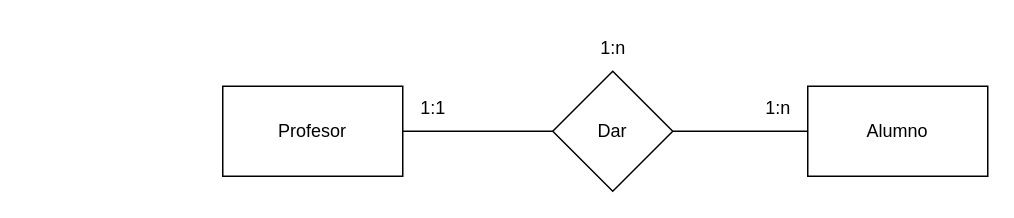
Earlier version of the draw.io diagram page "Ej1" (1 of 5) of Tareas/Tarea2/Ejercicio1.drawio (JuanManuelMM/Base-Datos). Source tidied: cells renumbered, new cells numbered last; positions are measured from the earlier drawing's top-left corner, leaving out a move shared by most shapes. Both pictures are drawn from the tidied source at 150%, with x=0, y=0 at pixel (222, 26).
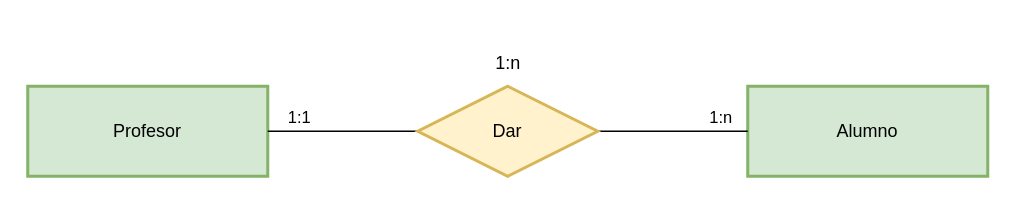
After the change.

What changed in the source:
```diff
@@
 <mxGraphModel>
   <root>
     <mxCell id="0" />
     <mxCell id="1" parent="0" />
-    <mxCell id="2" value="Profesor" style="rounded=0;whiteSpace=wrap;html=1;" parent="1" vertex="1">
-      <mxGeometry y="40" width="120" height="60" as="geometry" />
+    <mxCell id="2" value="Profesor" style="rounded=0;whiteSpace=wrap;html=1;fillColor=#d5e8d4;strokeColor=#82b366;strokeWidth=2;" parent="1" vertex="1">
+      <mxGeometry x="-130" y="40" width="160" height="60" as="geometry" />
     </mxCell>
-    <mxCell id="3" value="Alumno" style="rounded=0;whiteSpace=wrap;html=1;" parent="1" vertex="1">
-      <mxGeometry x="390" y="40" width="120" height="60" as="geometry" />
+    <mxCell id="3" value="Alumno" style="rounded=0;whiteSpace=wrap;html=1;fillColor=#d5e8d4;strokeColor=#82b366;strokeWidth=2;" parent="1" vertex="1">
+      <mxGeometry x="350" y="40" width="160" height="60" as="geometry" />
     </mxCell>
+    <mxCell id="5" style="endArrow=none;html=1;rounded=0;exitX=1;exitY=0.5;exitDx=0;exitDy=0;entryX=0;entryY=0.5;entryDx=0;entryDy=0;" parent="1" edge="1" source="2" target="4">
+      <mxGeometry relative="1" as="geometry" />
+    </mxCell>
+    <mxCell id="7" value="&lt;div&gt;1:1&lt;/div&gt;" style="edgeLabel;html=1;align=center;verticalAlign=middle;" parent="5" vertex="1">
+      <mxGeometry x="-0.12" y="2" relative="1" as="geometry">
+        <mxPoint x="-24" y="-8" as="offset" />
+      </mxGeometry>
+    </mxCell>
+    <mxCell id="10" style="endArrow=none;html=1;rounded=0;entryX=0;entryY=0.5;entryDx=0;entryDy=0;exitX=1;exitY=0.5;exitDx=0;exitDy=0;" parent="1" edge="1" source="4" target="3">
+      <mxGeometry relative="1" as="geometry" />
+    </mxCell>
+    <mxCell id="11" value="&lt;div&gt;1:n&lt;/div&gt;" style="edgeLabel;html=1;align=center;verticalAlign=middle;" parent="10" vertex="1">
+      <mxGeometry x="0.19" y="1" relative="1" as="geometry">
+        <mxPoint x="21" y="-9" as="offset" />
+      </mxGeometry>
+    </mxCell>
-    <mxCell id="4" value="Dar" style="rhombus;whiteSpace=wrap;html=1;" parent="1" vertex="1">
-      <mxGeometry x="220" y="30" width="80" height="80" as="geometry" />
+    <mxCell id="4" value="Dar" style="shape=rhombus;perimeter=rhombusPerimeter;whiteSpace=wrap;html=1;align=center;strokeWidth=2;fillColor=#fff2cc;strokeColor=#d6b656;" parent="1" vertex="1">
+      <mxGeometry x="130" y="40" width="120" height="60" as="geometry" />
     </mxCell>
-    <mxCell id="5" style="endArrow=none;html=1;rounded=0;entryX=0;entryY=0.5;entryDx=0;entryDy=0;exitX=1;exitY=0.5;exitDx=0;exitDy=0;" parent="1" edge="1" source="2" target="4">
-      <mxGeometry relative="1" as="geometry" />
-    </mxCell>
-    <mxCell id="6" style="endArrow=none;html=1;rounded=0;entryX=1;entryY=0.5;entryDx=0;entryDy=0;exitX=0;exitY=0.5;exitDx=0;exitDy=0;" parent="1" edge="1" source="3" target="4">
-      <mxGeometry relative="1" as="geometry" />
-    </mxCell>
-    <mxCell id="7" value="1:1" style="text;html=1;align=center;verticalAlign=middle;strokeColor=none;fillColor=none;" parent="1" vertex="1">
-      <mxGeometry x="120" y="40" width="40" height="30" as="geometry" />
-    </mxCell>
-    <mxCell id="8" value="1:n" style="text;html=1;align=center;verticalAlign=middle;strokeColor=none;fillColor=none;" parent="1" vertex="1">
-      <mxGeometry x="350" y="40" width="40" height="30" as="geometry" />
-    </mxCell>
-    <mxCell id="9" value="1:n" style="text;html=1;align=center;verticalAlign=middle;strokeColor=none;fillColor=none;" parent="1" vertex="1">
-      <mxGeometry x="240" width="40" height="30" as="geometry" />
-    </mxCell>
+    <mxCell id="12" value="1:n" style="text;html=1;align=center;verticalAlign=middle;strokeColor=none;fillColor=none;" parent="1" vertex="1">
+      <mxGeometry x="170" y="10" width="40" height="30" as="geometry" />
+    </mxCell>
   </root>
 </mxGraphModel>
```
